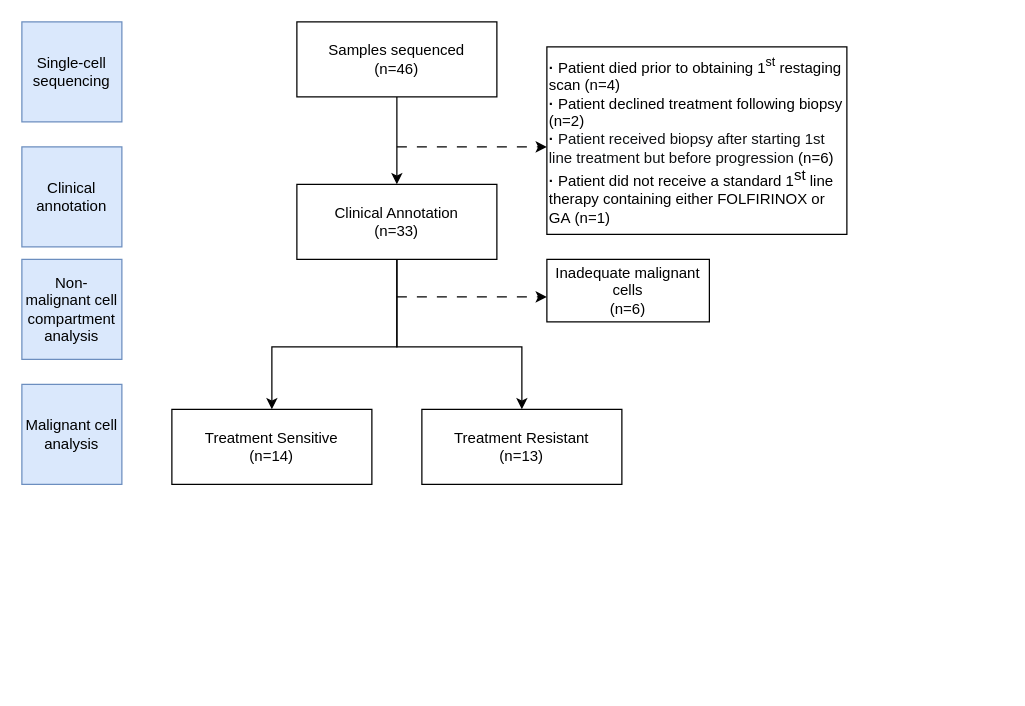
Earlier version of the draw.io diagram 未命名绘图.drawio (doctorchenzx/ELF3-project). Source tidied: cells renumbered, new cells numbered last; positions are measured from the earlier drawing's top-left corner, leaving out a move shared by most shapes. Both pictures are drawn from the tidied source at 125%, with x=0, y=0 at pixel (21, 21).
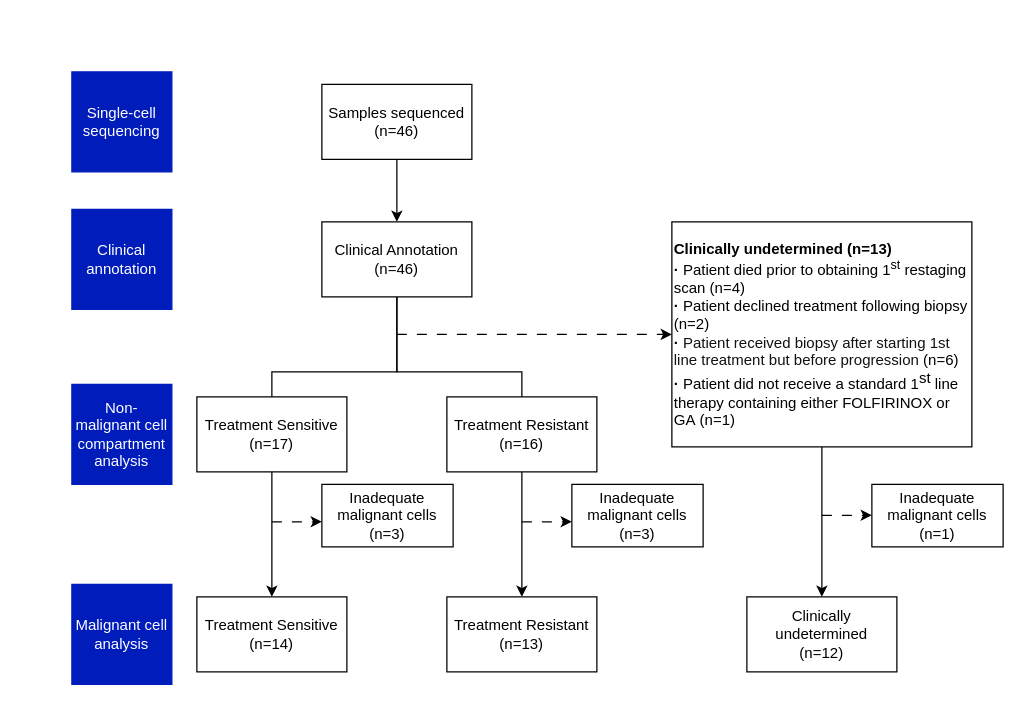
After the change.

Commit message (it also covers changes not shown here):
更新未命名绘图.drawio

Diff of the diagram source:
```diff
@@
     <mxCell id="3" value="Samples sequenced&lt;div&gt;(n=46)&lt;/div&gt;" style="rounded=0;whiteSpace=wrap;html=1;" parent="1" vertex="1">
-      <mxGeometry x="220" width="160" height="60" as="geometry" />
+      <mxGeometry x="240" y="50" width="120" height="60" as="geometry" />
     </mxCell>
     <mxCell id="4" style="edgeStyle=orthogonalEdgeStyle;rounded=0;jettySize=auto;html=1;exitX=0.5;exitY=1;exitDx=0;exitDy=0;" parent="1" edge="1" source="6" target="7">
       <mxGeometry relative="1" as="geometry">
         <Array as="points">
-          <mxPoint x="300" y="260" />
-          <mxPoint x="200" y="260" />
+          <mxPoint x="300" y="280" />
+          <mxPoint x="200" y="280" />
         </Array>
       </mxGeometry>
     </mxCell>
-    <mxCell id="5" style="edgeStyle=orthogonalEdgeStyle;rounded=0;jettySize=auto;html=1;exitX=0.5;exitY=1;exitDx=0;exitDy=0;entryX=0.5;entryY=0;entryDx=0;entryDy=0;" parent="1" edge="1" source="6" target="8">
-      <mxGeometry relative="1" as="geometry">
-        <Array as="points">
-          <mxPoint x="300" y="260" />
-          <mxPoint x="400" y="260" />
-        </Array>
-      </mxGeometry>
-    </mxCell>
+    <mxCell id="17" style="edgeStyle=orthogonalEdgeStyle;rounded=0;jettySize=auto;html=1;exitX=0.5;exitY=1;exitDx=0;exitDy=0;" parent="1" edge="1" source="6">
+      <mxGeometry relative="1" as="geometry">
+        <mxPoint x="400" y="330" as="targetPoint" />
+        <Array as="points">
+          <mxPoint x="300" y="280" />
+          <mxPoint x="400" y="280" />
+        </Array>
+      </mxGeometry>
+    </mxCell>
-    <mxCell id="6" value="Clinical Annotation&lt;div&gt;(n=33)&lt;/div&gt;" style="rounded=0;whiteSpace=wrap;html=1;" parent="1" vertex="1">
-      <mxGeometry x="220" y="130" width="160" height="60" as="geometry" />
+    <mxCell id="6" value="Clinical Annotation&lt;div&gt;(n=46)&lt;/div&gt;" style="rounded=0;whiteSpace=wrap;html=1;" parent="1" vertex="1">
+      <mxGeometry x="240" y="160" width="120" height="60" as="geometry" />
     </mxCell>
     <mxCell id="7" value="Treatment Sensitive&lt;div&gt;(n=14)&lt;/div&gt;" style="rounded=0;whiteSpace=wrap;html=1;" parent="1" vertex="1">
-      <mxGeometry x="120" y="310" width="160" height="60" as="geometry" />
+      <mxGeometry x="140" y="460" width="120" height="60" as="geometry" />
     </mxCell>
     <mxCell id="8" value="Treatment Resistant&lt;div&gt;(n=13)&lt;/div&gt;" style="rounded=0;whiteSpace=wrap;html=1;" parent="1" vertex="1">
-      <mxGeometry x="320" y="310" width="160" height="60" as="geometry" />
+      <mxGeometry x="340" y="460" width="120" height="60" as="geometry" />
     </mxCell>
-    <mxCell id="9" style="endArrow=classic;html=1;rounded=0;dashed=1;dashPattern=8 8;" parent="1" edge="1">
-      <mxGeometry relative="1" as="geometry">
-        <mxPoint x="300" y="100" as="sourcePoint" />
-        <mxPoint x="420" y="100" as="targetPoint" />
-      </mxGeometry>
-    </mxCell>
-    <mxCell id="10" style="endArrow=classic;html=1;rounded=0;dashed=1;dashPattern=8 8;" parent="1" edge="1">
-      <mxGeometry relative="1" as="geometry">
-        <mxPoint x="300" y="220" as="sourcePoint" />
-        <mxPoint x="420" y="220" as="targetPoint" />
-      </mxGeometry>
-    </mxCell>
-    <mxCell id="11" value="Inadequate malignant cells&lt;div&gt;(n=6)&lt;/div&gt;" style="rounded=0;whiteSpace=wrap;html=1;" parent="1" vertex="1">
-      <mxGeometry x="420" y="190" width="130" height="50" as="geometry" />
-    </mxCell>
-    <mxCell id="12" value="&lt;div style=&quot;&quot;&gt;&lt;font face=&quot;Helvetica&quot;&gt;&lt;span style=&quot;background-color: transparent; color: light-dark(rgb(0, 0, 0), rgb(255, 255, 255));&quot;&gt;&lt;b style=&quot;&quot;&gt;· &lt;/b&gt;Patient died prior to obtaining 1&lt;sup&gt;st&lt;/sup&gt; restaging scan (n=4)&lt;/span&gt;&lt;br&gt;&lt;b style=&quot;&quot;&gt;· &lt;/b&gt;Patient d&lt;span style=&quot;background-color: transparent; color: light-dark(rgb(0, 0, 0), rgb(255, 255, 255));&quot;&gt;eclined treatment following biopsy (n=2)&lt;/span&gt;&lt;br&gt;&lt;b style=&quot;&quot;&gt;·&amp;nbsp;&lt;/b&gt;&lt;span style=&quot;caret-color: rgb(251, 74, 62); color: rgb(16, 18, 20); white-space-collapse: preserve; background-color: rgb(255, 255, 255);&quot;&gt;Patient received biopsy after starting 1st line treatment but before progression &lt;/span&gt;&lt;span style=&quot;background-color: transparent; color: light-dark(rgb(0, 0, 0), rgb(255, 255, 255));&quot;&gt;(n=6)&lt;/span&gt;&lt;br&gt;&lt;b style=&quot;&quot;&gt;·&amp;nbsp;&lt;/b&gt;Patient did not receive a standard 1&lt;span style=&quot;vertical-align: super;&quot;&gt;st&lt;/span&gt; line&lt;br&gt;therapy containing either FOLFIRINOX or GA&amp;nbsp;&lt;span style=&quot;background-color: transparent; color: light-dark(rgb(0, 0, 0), rgb(255, 255, 255));&quot;&gt;(n=1)&lt;/span&gt;&lt;/font&gt;&lt;/div&gt;" style="rounded=0;whiteSpace=wrap;html=1;align=left;" parent="1" vertex="1">
-      <mxGeometry x="420" y="20" width="240" height="150" as="geometry" />
-    </mxCell>
-    <mxCell id="13" value="Single-cell sequencing" style="rounded=0;whiteSpace=wrap;html=1;fillColor=#dae8fc;strokeColor=#6c8ebf;" parent="1" vertex="1">
-      <mxGeometry width="80" height="80" as="geometry" />
+    <mxCell id="13" value="Single-cell sequencing" style="rounded=0;whiteSpace=wrap;html=1;fillColor=#001DBC;strokeColor=#001DBC;fontColor=#ffffff;" parent="1" vertex="1">
+      <mxGeometry x="40" y="40" width="80" height="80" as="geometry" />
     </mxCell>
-    <mxCell id="14" value="Clinical annotation" style="rounded=0;whiteSpace=wrap;html=1;fillColor=#dae8fc;strokeColor=#6c8ebf;" parent="1" vertex="1">
-      <mxGeometry y="100" width="80" height="80" as="geometry" />
+    <mxCell id="14" value="Clinical annotation" style="rounded=0;whiteSpace=wrap;html=1;fillColor=#001DBC;strokeColor=#001DBC;fontColor=#ffffff;" parent="1" vertex="1">
+      <mxGeometry x="40" y="150" width="80" height="80" as="geometry" />
     </mxCell>
-    <mxCell id="15" value="Non-malignant cell compartment analysis" style="rounded=0;whiteSpace=wrap;html=1;fillColor=#dae8fc;strokeColor=#6c8ebf;" parent="1" vertex="1">
-      <mxGeometry y="190" width="80" height="80" as="geometry" />
+    <mxCell id="15" value="Non-malignant cell compartment analysis" style="rounded=0;whiteSpace=wrap;html=1;fillColor=#001DBC;strokeColor=#001DBC;fontColor=#ffffff;" parent="1" vertex="1">
+      <mxGeometry x="40" y="290" width="80" height="80" as="geometry" />
     </mxCell>
-    <mxCell id="16" value="Malignant cell analysis" style="rounded=0;whiteSpace=wrap;html=1;fillColor=#dae8fc;strokeColor=#6c8ebf;" parent="1" vertex="1">
-      <mxGeometry y="290" width="80" height="80" as="geometry" />
+    <mxCell id="16" value="Malignant cell analysis" style="rounded=0;whiteSpace=wrap;html=1;fillColor=#001DBC;strokeColor=#001DBC;fontColor=#ffffff;" parent="1" vertex="1">
+      <mxGeometry x="40" y="450" width="80" height="80" as="geometry" />
     </mxCell>
+    <mxCell id="18" value="Inadequate malignant cells&lt;div&gt;(n=3)&lt;/div&gt;" style="rounded=0;whiteSpace=wrap;html=1;" parent="1" vertex="1">
+      <mxGeometry x="240" y="370" width="105" height="50" as="geometry" />
+    </mxCell>
+    <mxCell id="19" value="Treatment Sensitive&lt;div&gt;(n=17)&lt;/div&gt;" style="rounded=0;whiteSpace=wrap;html=1;" parent="1" vertex="1">
+      <mxGeometry x="140" y="300" width="120" height="60" as="geometry" />
+    </mxCell>
+    <mxCell id="20" value="Clinically undetermined&lt;div&gt;(n=12)&lt;/div&gt;" style="rounded=0;whiteSpace=wrap;html=1;" parent="1" vertex="1">
+      <mxGeometry x="580" y="460" width="120" height="60" as="geometry" />
+    </mxCell>
+    <mxCell id="21" style="edgeStyle=orthogonalEdgeStyle;rounded=0;jettySize=auto;html=1;exitX=0.5;exitY=1;exitDx=0;exitDy=0;" parent="1" edge="1" source="22" target="8">
+      <mxGeometry relative="1" as="geometry" />
+    </mxCell>
+    <mxCell id="22" value="Treatment Resistant&lt;div&gt;(n=16)&lt;/div&gt;" style="rounded=0;whiteSpace=wrap;html=1;" parent="1" vertex="1">
+      <mxGeometry x="340" y="300" width="120" height="60" as="geometry" />
+    </mxCell>
+    <mxCell id="23" value="Inadequate malignant cells&lt;div&gt;(n=3)&lt;/div&gt;" style="rounded=0;whiteSpace=wrap;html=1;" parent="1" vertex="1">
+      <mxGeometry x="440" y="370" width="105" height="50" as="geometry" />
+    </mxCell>
+    <mxCell id="24" style="endArrow=classic;html=1;rounded=0;dashed=1;dashPattern=8 8;entryX=0.003;entryY=0.403;entryDx=0;entryDy=0;entryPerimeter=0;" parent="1" edge="1">
+      <mxGeometry relative="1" as="geometry">
+        <mxPoint x="400" y="399.9" as="sourcePoint" />
+        <mxPoint x="440" y="399.9" as="targetPoint" />
+      </mxGeometry>
+    </mxCell>
+    <mxCell id="25" style="endArrow=classic;html=1;rounded=0;dashed=1;dashPattern=8 8;entryX=0.003;entryY=0.403;entryDx=0;entryDy=0;entryPerimeter=0;" parent="1" edge="1">
+      <mxGeometry relative="1" as="geometry">
+        <mxPoint x="200" y="399.9" as="sourcePoint" />
+        <mxPoint x="240" y="399.9" as="targetPoint" />
+      </mxGeometry>
+    </mxCell>
+    <mxCell id="26" style="edgeStyle=orthogonalEdgeStyle;rounded=0;jettySize=auto;html=1;exitX=0.5;exitY=1;exitDx=0;exitDy=0;entryX=0.5;entryY=0;entryDx=0;entryDy=0;" parent="1" edge="1" source="12" target="20">
+      <mxGeometry relative="1" as="geometry" />
+    </mxCell>
+    <mxCell id="27" value="Inadequate malignant cells&lt;div&gt;(n=1)&lt;/div&gt;" style="rounded=0;whiteSpace=wrap;html=1;" parent="1" vertex="1">
+      <mxGeometry x="680" y="370" width="105" height="50" as="geometry" />
+    </mxCell>
+    <mxCell id="28" style="endArrow=classic;html=1;rounded=0;dashed=1;dashPattern=8 8;entryX=0.003;entryY=0.403;entryDx=0;entryDy=0;entryPerimeter=0;" parent="1" edge="1">
+      <mxGeometry relative="1" as="geometry">
+        <mxPoint x="640" y="394.7" as="sourcePoint" />
+        <mxPoint x="680" y="394.7" as="targetPoint" />
+      </mxGeometry>
+    </mxCell>
+    <mxCell id="29" style="endArrow=classic;html=1;rounded=0;dashed=1;dashPattern=8 8;entryX=0;entryY=0.5;entryDx=0;entryDy=0;" parent="1" edge="1" target="12">
+      <mxGeometry relative="1" as="geometry">
+        <mxPoint x="300" y="250" as="sourcePoint" />
+      </mxGeometry>
+    </mxCell>
+    <mxCell id="30" style="edgeStyle=orthogonalEdgeStyle;rounded=0;jettySize=auto;html=1;exitX=0.5;exitY=1;exitDx=0;exitDy=0;entryX=0.5;entryY=0;entryDx=0;entryDy=0;" parent="1" edge="1" target="12">
+      <mxGeometry relative="1" as="geometry">
+        <mxPoint x="639.7" y="210" as="sourcePoint" />
+      </mxGeometry>
+    </mxCell>
+    <mxCell id="12" value="&lt;div style=&quot;&quot;&gt;&lt;b&gt;Clinically undetermined (n=13)&lt;/b&gt;&lt;/div&gt;&lt;div style=&quot;&quot;&gt;&lt;font face=&quot;Helvetica&quot;&gt;&lt;span style=&quot;background-color: transparent; color: light-dark(rgb(0, 0, 0), rgb(255, 255, 255));&quot;&gt;&lt;b style=&quot;&quot;&gt;· &lt;/b&gt;Patient died prior to obtaining 1&lt;sup&gt;st&lt;/sup&gt; restaging&lt;/span&gt;&lt;/font&gt;&lt;/div&gt;&lt;div style=&quot;&quot;&gt;&lt;font face=&quot;Helvetica&quot;&gt;&lt;span style=&quot;background-color: transparent; color: light-dark(rgb(0, 0, 0), rgb(255, 255, 255));&quot;&gt;scan (n=4)&lt;/span&gt;&lt;br&gt;&lt;b style=&quot;&quot;&gt;· &lt;/b&gt;Patient d&lt;span style=&quot;background-color: transparent; color: light-dark(rgb(0, 0, 0), rgb(255, 255, 255));&quot;&gt;eclined treatment following biopsy (n=2)&lt;/span&gt;&lt;br&gt;&lt;b style=&quot;&quot;&gt;·&amp;nbsp;&lt;/b&gt;&lt;span style=&quot;caret-color: rgb(251, 74, 62); color: rgb(16, 18, 20); white-space-collapse: preserve; background-color: rgb(255, 255, 255);&quot;&gt;Patient received biopsy after starting 1st line treatment but before progression &lt;/span&gt;&lt;span style=&quot;background-color: transparent; color: light-dark(rgb(0, 0, 0), rgb(255, 255, 255));&quot;&gt;(n=6)&lt;/span&gt;&lt;br&gt;&lt;b style=&quot;&quot;&gt;·&amp;nbsp;&lt;/b&gt;Patient did not receive a standard 1&lt;span style=&quot;vertical-align: super;&quot;&gt;st&lt;/span&gt; line&lt;br&gt;therapy containing either FOLFIRINOX or GA&amp;nbsp;&lt;span style=&quot;background-color: transparent; color: light-dark(rgb(0, 0, 0), rgb(255, 255, 255));&quot;&gt;(n=1)&lt;/span&gt;&lt;/font&gt;&lt;/div&gt;" style="rounded=0;whiteSpace=wrap;html=1;align=left;" parent="1" vertex="1">
+      <mxGeometry x="520" y="160" width="240" height="180" as="geometry" />
+    </mxCell>
```
